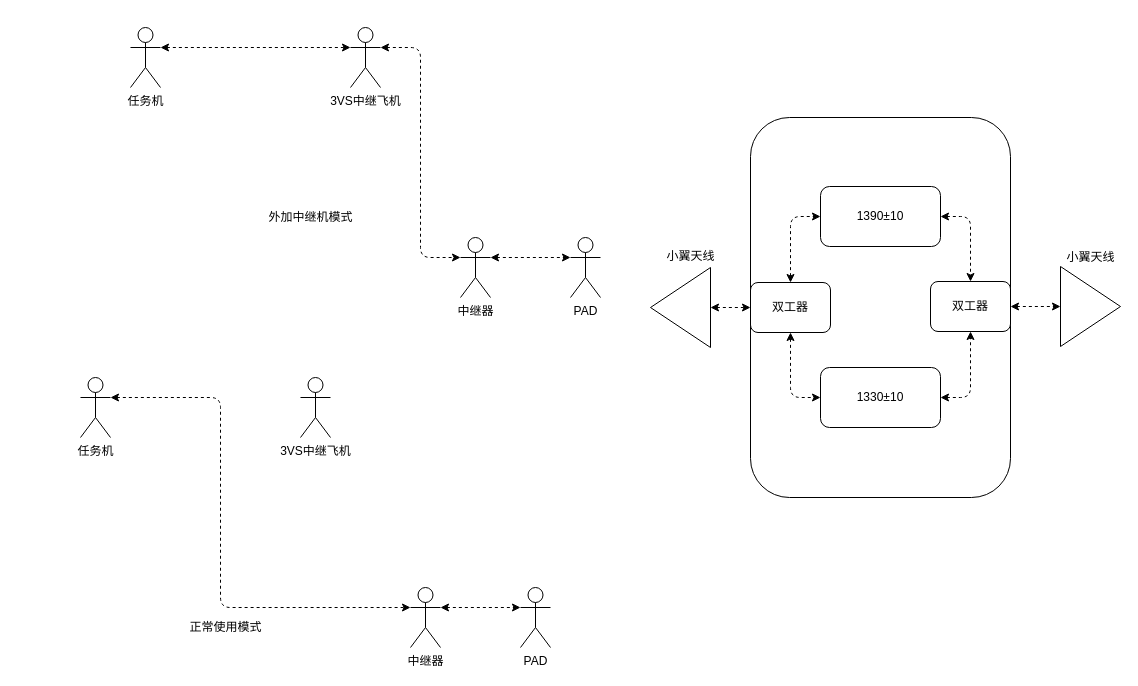
The draw.io diagram 3vs机机中继.drawio in Momenttt/hellogithub, before the edit. Source tidied: cells renumbered, new cells numbered last; positions are measured from the earlier drawing's top-left corner, leaving out a move shared by most shapes. Both pictures are drawn from the tidied source at 100%, with x=0, y=0 at pixel (80, 27).
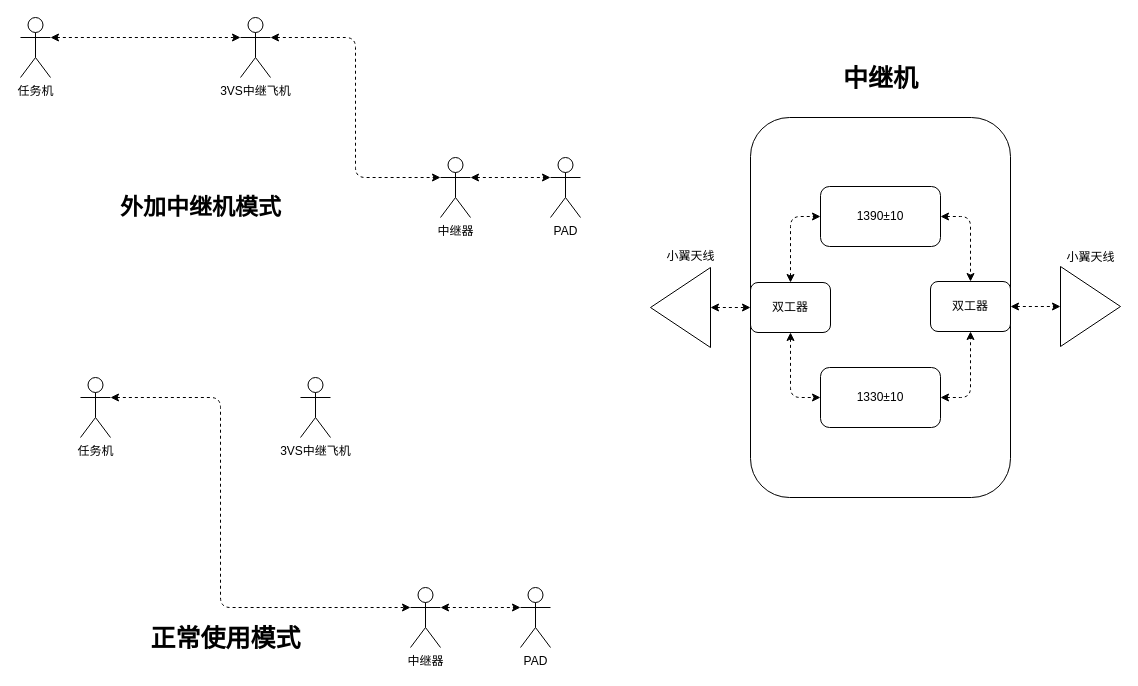
After the change.

Change to the diagram source:
```diff
@@
     <mxCell id="3" value="任务机" style="shape=umlActor;verticalLabelPosition=bottom;verticalAlign=top;html=1;outlineConnect=0;" parent="1" vertex="1">
-      <mxGeometry x="50" width="30" height="60" as="geometry" />
+      <mxGeometry x="-60" y="-10" width="30" height="60" as="geometry" />
     </mxCell>
@@
     <mxCell id="5" value="中继器" style="shape=umlActor;verticalLabelPosition=bottom;verticalAlign=top;html=1;outlineConnect=0;" parent="1" vertex="1">
-      <mxGeometry x="380" y="210" width="30" height="60" as="geometry" />
+      <mxGeometry x="360" y="130" width="30" height="60" as="geometry" />
     </mxCell>
     <mxCell id="6" value="PAD" style="shape=umlActor;verticalLabelPosition=bottom;verticalAlign=top;html=1;outlineConnect=0;" parent="1" vertex="1">
-      <mxGeometry x="490" y="210" width="30" height="60" as="geometry" />
+      <mxGeometry x="470" y="130" width="30" height="60" as="geometry" />
     </mxCell>
@@
     <mxCell id="8" value="3VS中继飞机" style="shape=umlActor;verticalLabelPosition=bottom;verticalAlign=top;html=1;outlineConnect=0;" parent="1" vertex="1">
-      <mxGeometry x="270" width="30" height="60" as="geometry" />
+      <mxGeometry x="160" y="-10" width="30" height="60" as="geometry" />
     </mxCell>
@@
-    <mxCell id="15" value="正常使用模式" style="text;html=1;align=center;verticalAlign=middle;" parent="1" vertex="1">
-      <mxGeometry x="100" y="590" width="90" height="20" as="geometry" />
+    <mxCell id="15" value="正常使用模式" style="text;html=1;align=center;verticalAlign=middle;fontStyle=1;fontSize=25;" parent="1" vertex="1">
+      <mxGeometry x="60" y="590" width="170" height="40" as="geometry" />
     </mxCell>
-    <mxCell id="16" value="外加中继机模式" style="text;html=1;align=center;verticalAlign=middle;" parent="1" vertex="1">
-      <mxGeometry x="180" y="180" width="100" height="20" as="geometry" />
+    <mxCell id="16" value="外加中继机模式" style="text;html=1;align=center;verticalAlign=middle;fontStyle=1;fontSize=23;" parent="1" vertex="1">
+      <mxGeometry x="30" y="165" width="180" height="30" as="geometry" />
     </mxCell>
@@
+    <mxCell id="32" value="中继机" style="text;html=1;align=center;verticalAlign=middle;fontSize=25;fontStyle=1;" parent="1" vertex="1">
+      <mxGeometry x="755" y="30" width="90" height="40" as="geometry" />
+    </mxCell>
```
